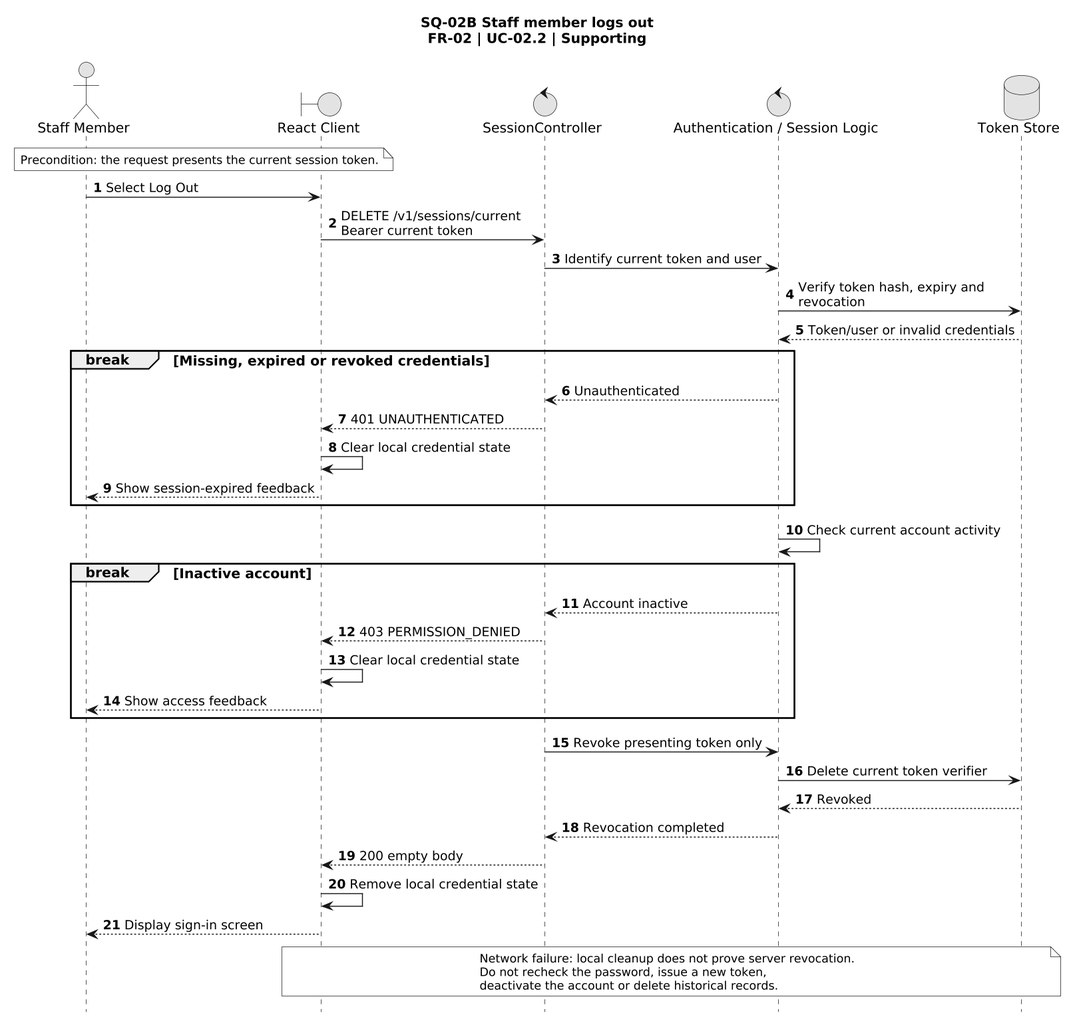
Earlier version of the PlantUML export docs/uml/Sequence/SQ-02B-Logout.png (TitanDevX/BloodBankPlatformUni).
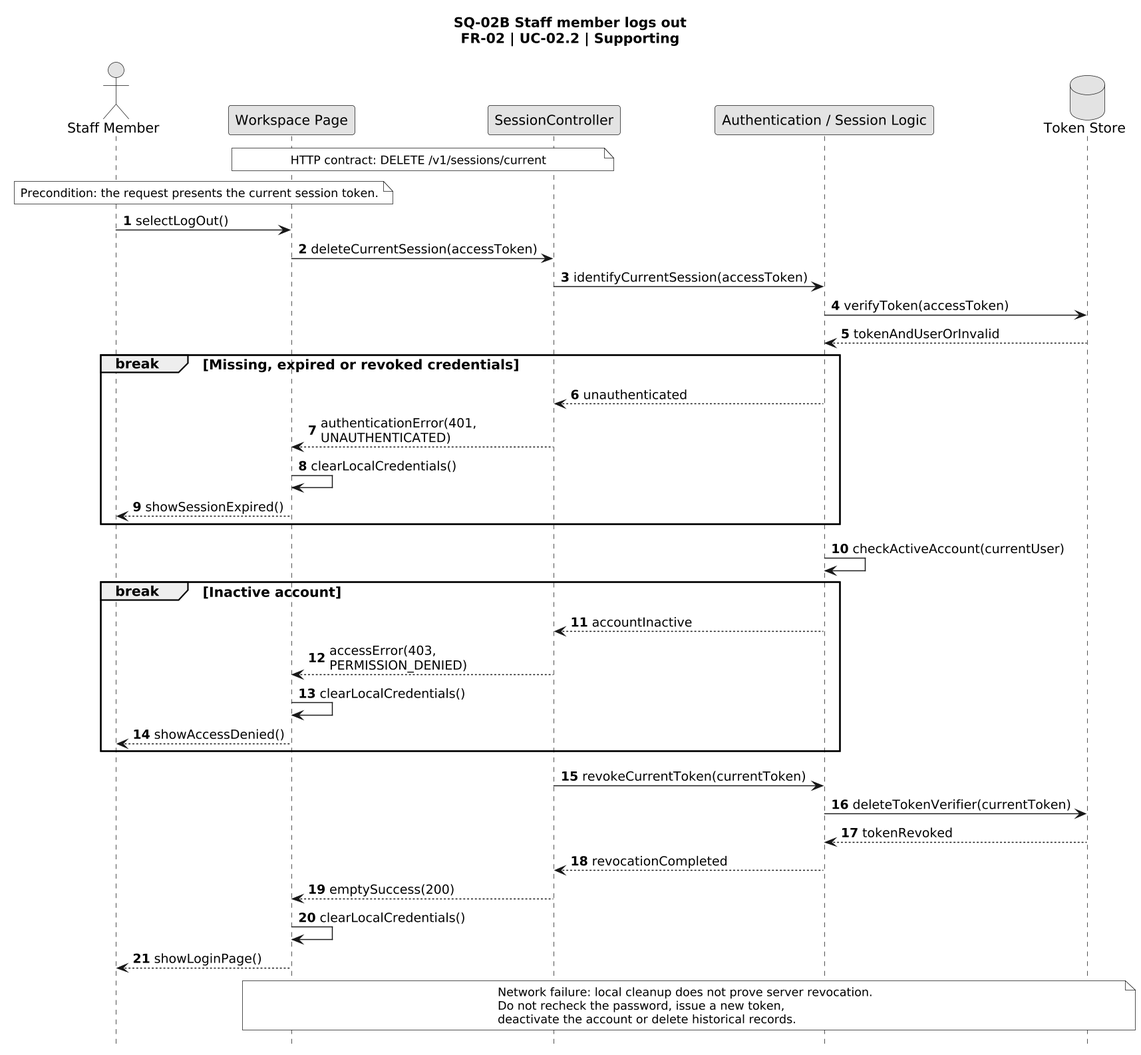
After the commit.

What changed in the source:
```diff
@@ -11,38 +11,41 @@
 skinparam maxMessageSize 240
 autonumber
 actor "Staff Member" as Staff
-boundary "React Client" as Client
-control SessionController as Ctrl
-control "Authentication / Session Logic" as Session
+participant "Workspace Page" as Client
+participant SessionController as Ctrl
+participant "Authentication / Session Logic" as Session
 database "Token Store" as DB
+note over Client, Ctrl
+ HTTP contract: DELETE /v1/sessions/current
+end note
 note over Staff, Client
  Precondition: the request presents the current session token.
 end note
-Staff -> Client: Select Log Out
-Client -> Ctrl: DELETE /v1/sessions/current\nBearer current token
-Ctrl -> Session: Identify current token and user
-Session -> DB: Verify token hash, expiry and revocation
-DB --> Session: Token/user or invalid credentials
+Staff -> Client: selectLogOut()
+Client -> Ctrl: deleteCurrentSession(accessToken)
+Ctrl -> Session: identifyCurrentSession(accessToken)
+Session -> DB: verifyToken(accessToken)
+DB --> Session: tokenAndUserOrInvalid
 break Missing, expired or revoked credentials
- Session --> Ctrl: Unauthenticated
- Ctrl --> Client: 401 UNAUTHENTICATED
- Client -> Client: Clear local credential state
- Client --> Staff: Show session-expired feedback
+ Session --> Ctrl: unauthenticated
+ Ctrl --> Client: authenticationError(401, UNAUTHENTICATED)
+ Client -> Client: clearLocalCredentials()
+ Client --> Staff: showSessionExpired()
 end
-Session -> Session: Check current account activity
+Session -> Session: checkActiveAccount(currentUser)
 break Inactive account
- Session --> Ctrl: Account inactive
- Ctrl --> Client: 403 PERMISSION_DENIED
- Client -> Client: Clear local credential state
- Client --> Staff: Show access feedback
+ Session --> Ctrl: accountInactive
+ Ctrl --> Client: accessError(403, PERMISSION_DENIED)
+ Client -> Client: clearLocalCredentials()
+ Client --> Staff: showAccessDenied()
 end
-Ctrl -> Session: Revoke presenting token only
-Session -> DB: Delete current token verifier
-DB --> Session: Revoked
-Session --> Ctrl: Revocation completed
-Ctrl --> Client: 200 empty body
-Client -> Client: Remove local credential state
-Client --> Staff: Display sign-in screen
+Ctrl -> Session: revokeCurrentToken(currentToken)
+Session -> DB: deleteTokenVerifier(currentToken)
+DB --> Session: tokenRevoked
+Session --> Ctrl: revocationCompleted
+Ctrl --> Client: emptySuccess(200)
+Client -> Client: clearLocalCredentials()
+Client --> Staff: showLoginPage()
 note over Client, DB
  Network failure: local cleanup does not prove server revocation.
  Do not recheck the password, issue a new token,
```
